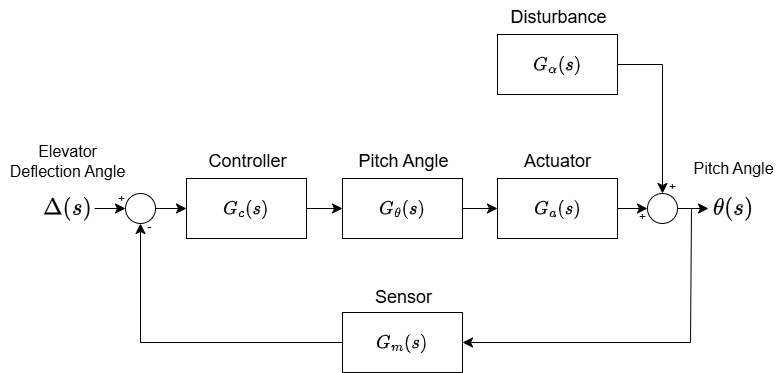
Above: latex/figs/ELE2038_H5_closedLoopBlockDiagram.drawio.png in ollie3951/ELE2038-Control-H5 (draw.io), before the change. Source tidied: cells renumbered, new cells last; positions are measured from the earlier drawing's top-left corner, leaving out a move shared by most shapes.
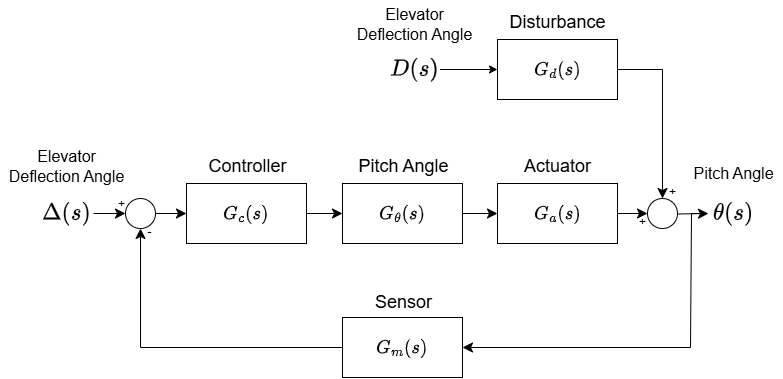
Later version of the same file.

Change to the diagram source:
```diff
@@ -50,7 +50,7 @@
     <mxCell id="16" style="group;" parent="1" vertex="1">
       <mxGeometry x="497" width="120" height="94" as="geometry" />
     </mxCell>
-    <mxCell id="17" value="$$G_\alpha(s)$$" style="rounded=0;whiteSpace=wrap;html=1;fontSize=16;" parent="16" vertex="1">
+    <mxCell id="17" value="$$G_d(s)$$" style="rounded=0;whiteSpace=wrap;html=1;fontSize=16;" parent="16" vertex="1">
       <mxGeometry y="34" width="120" height="60" as="geometry" />
     </mxCell>
     <mxCell id="18" value="Disturbance" style="text;html=1;align=center;verticalAlign=middle;strokeColor=none;fillColor=none;fontSize=18;" parent="16" vertex="1">
@@ -110,7 +110,7 @@
       </mxGeometry>
     </mxCell>
     <mxCell id="32" style="group;" parent="1" vertex="1">
-      <mxGeometry y="136" width="134" height="90" as="geometry" />
+      <mxGeometry x="-1" y="136" width="134" height="90" as="geometry" />
     </mxCell>
     <mxCell id="33" value="$$\Delta(s)$$" style="text;html=1;align=center;verticalAlign=middle;points=[];strokeColor=none;fillColor=none;fontSize=20;" parent="32" vertex="1">
       <mxGeometry x="40" y="54" width="54" height="36" as="geometry" />
@@ -118,5 +118,20 @@
     <mxCell id="34" value="Elevator&lt;div&gt;Deflection Angle&lt;/div&gt;" style="text;html=1;align=center;verticalAlign=middle;strokeColor=none;fillColor=none;fontSize=16;" parent="32" vertex="1">
       <mxGeometry width="134" height="50" as="geometry" />
     </mxCell>
+    <mxCell id="35" style="group;" parent="1" vertex="1">
+      <mxGeometry x="348.5" y="2" width="134" height="92" as="geometry" />
+    </mxCell>
+    <mxCell id="36" style="group;" parent="35" vertex="1">
+      <mxGeometry width="134" height="92" as="geometry" />
+    </mxCell>
+    <mxCell id="37" value="$$D(s)$$" style="text;html=1;align=center;verticalAlign=middle;points=[];strokeColor=none;fillColor=none;fontSize=20;" parent="36" vertex="1">
+      <mxGeometry x="40" y="42" width="51" height="40" as="geometry" />
+    </mxCell>
+    <mxCell id="38" value="Elevator&lt;div&gt;Deflection Angle&lt;/div&gt;" style="text;html=1;align=center;verticalAlign=middle;strokeColor=none;fillColor=none;fontSize=16;" parent="36" vertex="1">
+      <mxGeometry x="-1.5" y="-8" width="134" height="50" as="geometry" />
+    </mxCell>
+    <mxCell id="39" style="edgeStyle=orthogonalEdgeStyle;rounded=0;jettySize=auto;html=1;entryX=0;entryY=0.5;entryDx=0;entryDy=0;" parent="1" edge="1" source="37" target="17">
+      <mxGeometry relative="1" as="geometry" />
+    </mxCell>
   </root>
 </mxGraphModel>
```
